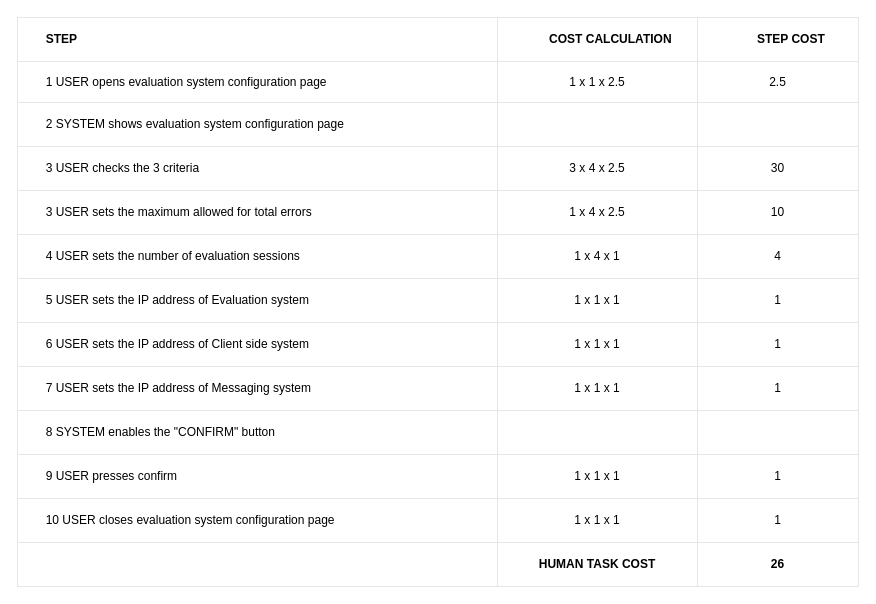
Earlier version of the draw.io diagram configure/evaluation system (JACO)/evaluation_system_table.drawio (BaffoBello14/AutomaticDamagesRecognition). Source tidied: cells renumbered, new cells numbered last; positions are measured from the earlier drawing's top-left corner, leaving out a move shared by most shapes. Both pictures are drawn from the tidied source at 100%, with x=0, y=0 at pixel (17, 17).
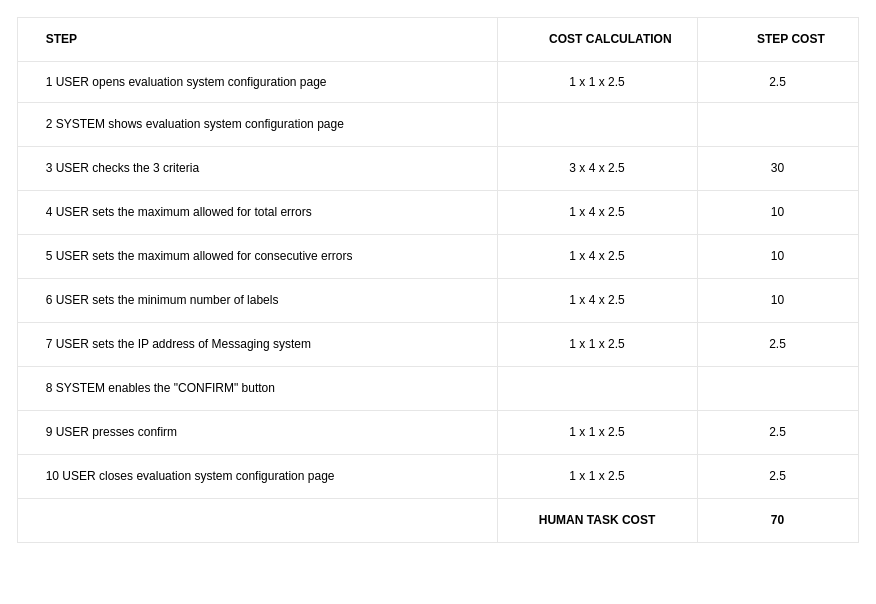
The same page after the edit.

Commit message:
Update user authentication logic

This commit updates the user authentication logic to use a more secure hashing algorithm. It also adds error handling for invalid user credentials.

The change refers to these unchanged cells:
```xml
<mxCell id="19" style="shape=tableRow;horizontal=0;startSize=0;swimlaneHead=0;swimlaneBody=0;top=0;left=0;bottom=0;right=0;fontStyle=0;fillColor=none;strokeColor=inherit;align=center;" parent="2" vertex="1">
  <mxGeometry y="173" width="841" height="44" as="geometry" />
</mxCell>
<mxCell id="23" style="shape=tableRow;horizontal=0;startSize=0;swimlaneHead=0;swimlaneBody=0;top=0;left=0;bottom=0;right=0;fontStyle=0;fillColor=none;strokeColor=inherit;align=center;" parent="2" vertex="1">
  <mxGeometry y="217" width="841" height="44" as="geometry" />
</mxCell>
<mxCell id="27" style="shape=tableRow;horizontal=0;startSize=0;swimlaneHead=0;swimlaneBody=0;top=0;left=0;bottom=0;right=0;fontStyle=0;fillColor=none;strokeColor=inherit;align=center;" parent="2" vertex="1">
  <mxGeometry y="261" width="841" height="44" as="geometry" />
</mxCell>
```

Change to the diagram source:
```diff
@@
     <mxCell id="2" style="childLayout=tableLayout;shadow=0;strokeColor=#E6E6E6;align=center;" parent="1" vertex="1">
-      <mxGeometry width="841" height="569" as="geometry" />
+      <mxGeometry width="841" height="525" as="geometry" />
     </mxCell>
@@
-    <mxCell id="20" value="&lt;div style=&quot;&quot;&gt;&lt;span style=&quot;background-color: initial;&quot;&gt;&lt;span style=&quot;&quot;&gt;&#9;&lt;/span&gt;&lt;span style=&quot;&quot;&gt;&#9;&lt;/span&gt;&lt;span style=&quot;white-space: pre;&quot;&gt;&#9;&lt;/span&gt;3 USER sets the maximum allowed for total errors&lt;/span&gt;&lt;/div&gt;" style="strokeColor=inherit;fillColor=none;align=left;whiteSpace=wrap;html=1;labelPosition=center;verticalLabelPosition=middle;verticalAlign=middle;" parent="19" vertex="1">
+    <mxCell id="20" value="&lt;div style=&quot;&quot;&gt;&lt;span style=&quot;background-color: initial;&quot;&gt;&lt;span style=&quot;&quot;&gt;&#9;&lt;/span&gt;&lt;span style=&quot;&quot;&gt;&#9;&lt;/span&gt;&lt;span style=&quot;white-space: pre;&quot;&gt;&#9;&lt;/span&gt;4&amp;nbsp;USER sets the maximum allowed for total errors&lt;/span&gt;&lt;/div&gt;" style="strokeColor=inherit;fillColor=none;align=left;whiteSpace=wrap;html=1;labelPosition=center;verticalLabelPosition=middle;verticalAlign=middle;" parent="19" vertex="1">
       <mxGeometry width="480" height="44" as="geometry" />
     </mxCell>
@@
-    <mxCell id="24" value="&lt;span style=&quot;white-space: pre;&quot;&gt;&#9;&lt;/span&gt;4 USER sets the number of evaluation sessions" style="strokeColor=inherit;fillColor=none;align=left;whiteSpace=wrap;html=1;labelPosition=center;verticalLabelPosition=middle;verticalAlign=middle;" parent="23" vertex="1">
+    <mxCell id="24" value="&lt;span style=&quot;white-space: pre;&quot;&gt;&#9;&lt;/span&gt;5&amp;nbsp;USER sets the maximum allowed for consecutive errors" style="strokeColor=inherit;fillColor=none;align=left;whiteSpace=wrap;html=1;labelPosition=center;verticalLabelPosition=middle;verticalAlign=middle;" parent="23" vertex="1">
       <mxGeometry width="480" height="44" as="geometry" />
     </mxCell>
-    <mxCell id="25" value="1 x 4 x 1" style="strokeColor=inherit;fillColor=default;align=center;whiteSpace=wrap;html=1;" parent="23" vertex="1">
+    <mxCell id="25" value="1 x 4 x 2.5" style="strokeColor=inherit;fillColor=default;align=center;whiteSpace=wrap;html=1;" parent="23" vertex="1">
       <mxGeometry x="480" width="200" height="44" as="geometry" />
     </mxCell>
-    <mxCell id="26" value="4" style="strokeColor=inherit;fillColor=none;align=center;whiteSpace=wrap;html=1;" parent="23" vertex="1">
+    <mxCell id="26" value="10" style="strokeColor=inherit;fillColor=none;align=center;whiteSpace=wrap;html=1;" parent="23" vertex="1">
       <mxGeometry x="680" width="161" height="44" as="geometry" />
     </mxCell>
@@
-    <mxCell id="28" value="&lt;span style=&quot;border-color: var(--border-color);&quot;&gt;&#9;&lt;/span&gt;&lt;span style=&quot;white-space: pre;&quot;&gt;&#9;&lt;/span&gt;5&amp;nbsp;USER sets the IP address of Evaluation system" style="strokeColor=inherit;fillColor=none;align=left;whiteSpace=wrap;html=1;labelPosition=center;verticalLabelPosition=middle;verticalAlign=middle;" parent="27" vertex="1">
+    <mxCell id="28" value="&lt;span style=&quot;border-color: var(--border-color);&quot;&gt;&#9;&lt;/span&gt;&lt;span style=&quot;white-space: pre;&quot;&gt;&#9;&lt;/span&gt;6&amp;nbsp;USER sets the minimum number of labels" style="strokeColor=inherit;fillColor=none;align=left;whiteSpace=wrap;html=1;labelPosition=center;verticalLabelPosition=middle;verticalAlign=middle;" parent="27" vertex="1">
       <mxGeometry width="480" height="44" as="geometry" />
     </mxCell>
-    <mxCell id="29" value="1 x 1 x 1" style="strokeColor=inherit;fillColor=none;align=center;whiteSpace=wrap;html=1;" parent="27" vertex="1">
+    <mxCell id="29" value="1 x 4 x 2.5" style="strokeColor=inherit;fillColor=none;align=center;whiteSpace=wrap;html=1;" parent="27" vertex="1">
       <mxGeometry x="480" width="200" height="44" as="geometry" />
     </mxCell>
-    <mxCell id="30" value="1" style="strokeColor=inherit;fillColor=none;align=center;whiteSpace=wrap;html=1;" parent="27" vertex="1">
+    <mxCell id="30" value="10" style="strokeColor=inherit;fillColor=none;align=center;whiteSpace=wrap;html=1;" parent="27" vertex="1">
       <mxGeometry x="680" width="161" height="44" as="geometry" />
     </mxCell>
-    <mxCell id="31" style="shape=tableRow;horizontal=0;startSize=0;swimlaneHead=0;swimlaneBody=0;top=0;left=0;bottom=0;right=0;fontStyle=0;fillColor=none;strokeColor=inherit;align=center;" parent="2" vertex="1">
-      <mxGeometry y="305" width="841" height="44" as="geometry" />
-    </mxCell>
-    <mxCell id="32" value="&lt;span style=&quot;border-color: var(--border-color);&quot;&gt;&#9;&lt;/span&gt;&lt;span style=&quot;white-space: pre;&quot;&gt;&#9;&lt;/span&gt;6&amp;nbsp;USER sets the IP address of Client side system" style="strokeColor=inherit;fillColor=none;align=left;whiteSpace=wrap;html=1;labelPosition=center;verticalLabelPosition=middle;verticalAlign=middle;" parent="31" vertex="1">
-      <mxGeometry width="480" height="44" as="geometry" />
-    </mxCell>
-    <mxCell id="33" value="1 x 1 x 1" style="strokeColor=inherit;fillColor=none;align=center;whiteSpace=wrap;html=1;" parent="31" vertex="1">
-      <mxGeometry x="480" width="200" height="44" as="geometry" />
-    </mxCell>
-    <mxCell id="34" value="1" style="strokeColor=inherit;fillColor=none;align=center;whiteSpace=wrap;html=1;" parent="31" vertex="1">
-      <mxGeometry x="680" width="161" height="44" as="geometry" />
-    </mxCell>
     <mxCell id="35" style="shape=tableRow;horizontal=0;startSize=0;swimlaneHead=0;swimlaneBody=0;top=0;left=0;bottom=0;right=0;fontStyle=0;fillColor=none;strokeColor=inherit;align=center;" parent="2" vertex="1">
-      <mxGeometry y="349" width="841" height="44" as="geometry" />
+      <mxGeometry y="305" width="841" height="44" as="geometry" />
     </mxCell>
@@
-    <mxCell id="37" value="1 x 1 x 1" style="strokeColor=inherit;fillColor=none;align=center;whiteSpace=wrap;html=1;" parent="35" vertex="1">
+    <mxCell id="37" value="1 x 1 x 2.5" style="strokeColor=inherit;fillColor=none;align=center;whiteSpace=wrap;html=1;" parent="35" vertex="1">
       <mxGeometry x="480" width="200" height="44" as="geometry" />
     </mxCell>
-    <mxCell id="38" value="1" style="strokeColor=inherit;fillColor=none;align=center;whiteSpace=wrap;html=1;" parent="35" vertex="1">
+    <mxCell id="38" value="2.5" style="strokeColor=inherit;fillColor=none;align=center;whiteSpace=wrap;html=1;" parent="35" vertex="1">
       <mxGeometry x="680" width="161" height="44" as="geometry" />
     </mxCell>
     <mxCell id="39" style="shape=tableRow;horizontal=0;startSize=0;swimlaneHead=0;swimlaneBody=0;top=0;left=0;bottom=0;right=0;fontStyle=0;fillColor=none;strokeColor=inherit;align=center;" parent="2" vertex="1">
-      <mxGeometry y="393" width="841" height="44" as="geometry" />
+      <mxGeometry y="349" width="841" height="44" as="geometry" />
     </mxCell>
@@
     <mxCell id="43" style="shape=tableRow;horizontal=0;startSize=0;swimlaneHead=0;swimlaneBody=0;top=0;left=0;bottom=0;right=0;fontStyle=0;fillColor=none;strokeColor=inherit;align=center;" parent="2" vertex="1">
-      <mxGeometry y="437" width="841" height="44" as="geometry" />
+      <mxGeometry y="393" width="841" height="44" as="geometry" />
     </mxCell>
@@
-    <mxCell id="45" value="1 x 1 x 1" style="strokeColor=inherit;fillColor=none;align=center;whiteSpace=wrap;html=1;" parent="43" vertex="1">
+    <mxCell id="45" value="1 x 1 x 2.5" style="strokeColor=inherit;fillColor=none;align=center;whiteSpace=wrap;html=1;" parent="43" vertex="1">
       <mxGeometry x="480" width="200" height="44" as="geometry" />
     </mxCell>
-    <mxCell id="46" value="1" style="strokeColor=inherit;fillColor=none;align=center;whiteSpace=wrap;html=1;" parent="43" vertex="1">
+    <mxCell id="46" value="2.5" style="strokeColor=inherit;fillColor=none;align=center;whiteSpace=wrap;html=1;" parent="43" vertex="1">
       <mxGeometry x="680" width="161" height="44" as="geometry" />
     </mxCell>
     <mxCell id="47" style="shape=tableRow;horizontal=0;startSize=0;swimlaneHead=0;swimlaneBody=0;top=0;left=0;bottom=0;right=0;fontStyle=0;fillColor=none;strokeColor=inherit;align=center;" parent="2" vertex="1">
-      <mxGeometry y="481" width="841" height="44" as="geometry" />
+      <mxGeometry y="437" width="841" height="44" as="geometry" />
     </mxCell>
@@
-    <mxCell id="49" value="1 x 1 x 1" style="strokeColor=inherit;fillColor=none;align=center;whiteSpace=wrap;html=1;" parent="47" vertex="1">
+    <mxCell id="49" value="1 x 1 x 2.5" style="strokeColor=inherit;fillColor=none;align=center;whiteSpace=wrap;html=1;" parent="47" vertex="1">
       <mxGeometry x="480" width="200" height="44" as="geometry" />
     </mxCell>
-    <mxCell id="50" value="1" style="strokeColor=inherit;fillColor=none;align=center;whiteSpace=wrap;html=1;" parent="47" vertex="1">
+    <mxCell id="50" value="2.5" style="strokeColor=inherit;fillColor=none;align=center;whiteSpace=wrap;html=1;" parent="47" vertex="1">
       <mxGeometry x="680" width="161" height="44" as="geometry" />
     </mxCell>
     <mxCell id="51" style="shape=tableRow;horizontal=0;startSize=0;swimlaneHead=0;swimlaneBody=0;top=0;left=0;bottom=0;right=0;fontStyle=0;fillColor=none;strokeColor=inherit;align=center;" parent="2" vertex="1">
-      <mxGeometry y="525" width="841" height="44" as="geometry" />
+      <mxGeometry y="481" width="841" height="44" as="geometry" />
     </mxCell>
@@
-    <mxCell id="54" value="26" style="strokeColor=inherit;fillColor=none;align=center;whiteSpace=wrap;html=1;fontStyle=1;" parent="51" vertex="1">
+    <mxCell id="54" value="70" style="strokeColor=inherit;fillColor=none;align=center;whiteSpace=wrap;html=1;fontStyle=1;" parent="51" vertex="1">
       <mxGeometry x="680" width="161" height="44" as="geometry" />
     </mxCell>
```
